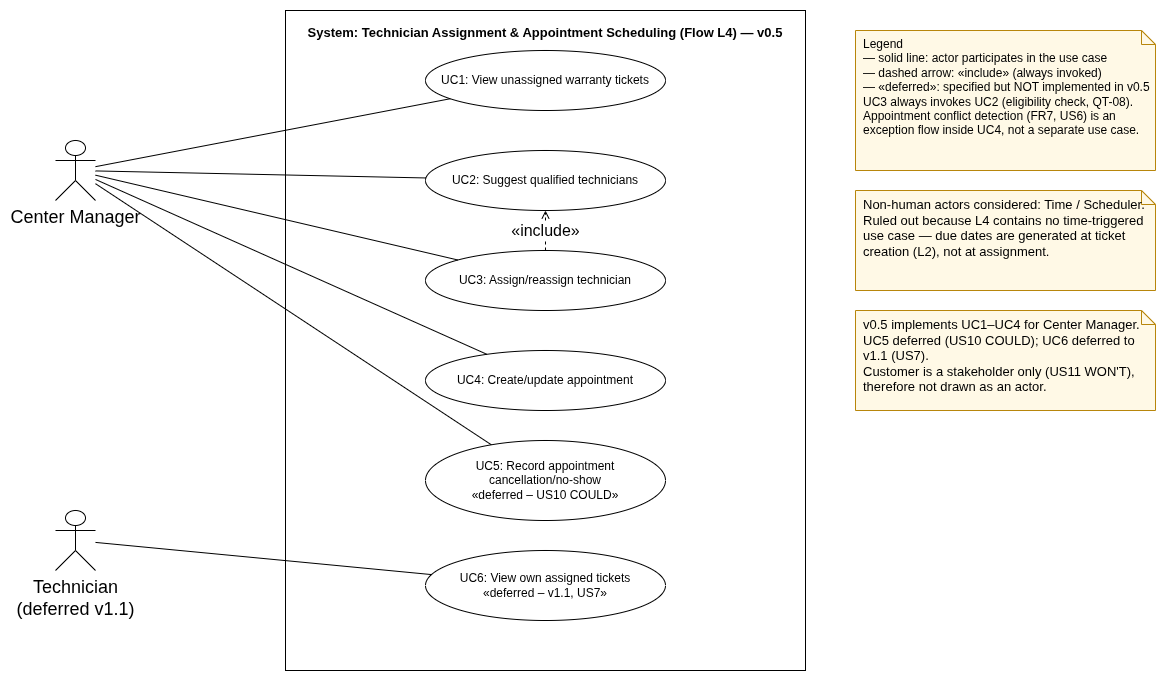
This is docs/exports/Usecase_Diagram_EN.png from RASPHONE/cdtn1-rasphonesamphanthamith-l4, a draw.io export, as it was before one commit. Source tidied: cells renumbered, new cells last; positions are measured from the earlier drawing's top-left corner, leaving out a move shared by most shapes. The source it was exported from:
```xml
<mxGraphModel>
  <root>
    <mxCell id="0" />
    <mxCell id="1" parent="0" />
    <mxCell id="2" value="System: Technician Assignment &amp; Appointment Scheduling (Flow L4) — v0.5" style="rounded=0;whiteSpace=wrap;html=1;fillColor=none;strokeColor=#000000;verticalAlign=top;fontStyle=1;fontSize=13;spacingTop=8;" parent="1" vertex="1">
      <mxGeometry x="230" width="520" height="660" as="geometry" />
    </mxCell>
    <mxCell id="3" value="Center Manager" style="shape=umlActor;verticalLabelPosition=bottom;verticalAlign=top;html=1;outlineConnect=0;fontSize=18;" parent="1" vertex="1">
      <mxGeometry y="130" width="40" height="60" as="geometry" />
    </mxCell>
    <mxCell id="4" value="Technician&#10;(deferred v1.1)" style="shape=umlActor;verticalLabelPosition=bottom;verticalAlign=top;html=1;outlineConnect=0;fontSize=18;" parent="1" vertex="1">
      <mxGeometry y="500" width="40" height="60" as="geometry" />
    </mxCell>
    <mxCell id="5" value="UC1: View unassigned warranty tickets" style="ellipse;whiteSpace=wrap;html=1;fontSize=12;" parent="1" vertex="1">
      <mxGeometry x="370" y="40" width="240" height="60" as="geometry" />
    </mxCell>
    <mxCell id="6" value="UC2: Suggest qualified technicians" style="ellipse;whiteSpace=wrap;html=1;fontSize=12;" parent="1" vertex="1">
      <mxGeometry x="370" y="140" width="240" height="60" as="geometry" />
    </mxCell>
    <mxCell id="7" value="UC3: Assign/reassign technician" style="ellipse;whiteSpace=wrap;html=1;fontSize=12;" parent="1" vertex="1">
      <mxGeometry x="370" y="240" width="240" height="60" as="geometry" />
    </mxCell>
    <mxCell id="8" value="UC4: Create/update appointment" style="ellipse;whiteSpace=wrap;html=1;fontSize=12;" parent="1" vertex="1">
      <mxGeometry x="370" y="340" width="240" height="60" as="geometry" />
    </mxCell>
    <mxCell id="9" value="UC5: Record appointment&#10;cancellation/no-show&#10;«deferred – US10 COULD»" style="ellipse;whiteSpace=wrap;html=1;fontSize=12;" parent="1" vertex="1">
      <mxGeometry x="370" y="430" width="240" height="80" as="geometry" />
    </mxCell>
    <mxCell id="10" value="UC6: View own assigned tickets&#10;«deferred – v1.1, US7»" style="ellipse;whiteSpace=wrap;html=1;fontSize=12;" parent="1" vertex="1">
      <mxGeometry x="370" y="540" width="240" height="70" as="geometry" />
    </mxCell>
    <mxCell id="11" style="endArrow=none;html=1;" parent="1" edge="1" source="3" target="5">
      <mxGeometry relative="1" as="geometry" />
    </mxCell>
    <mxCell id="12" style="endArrow=none;html=1;" parent="1" edge="1" source="3" target="6">
      <mxGeometry relative="1" as="geometry" />
    </mxCell>
    <mxCell id="13" style="endArrow=none;html=1;" parent="1" edge="1" source="3" target="7">
      <mxGeometry relative="1" as="geometry" />
    </mxCell>
    <mxCell id="14" style="endArrow=none;html=1;" parent="1" edge="1" source="3" target="8">
      <mxGeometry relative="1" as="geometry" />
    </mxCell>
    <mxCell id="15" style="endArrow=none;html=1;" parent="1" edge="1" source="3" target="9">
      <mxGeometry relative="1" as="geometry" />
    </mxCell>
    <mxCell id="16" style="endArrow=none;html=1;" parent="1" edge="1" source="4" target="10">
      <mxGeometry relative="1" as="geometry" />
    </mxCell>
    <mxCell id="17" value="«include»" style="html=1;dashed=1;endArrow=open;endFill=0;fontSize=16;" parent="1" edge="1" source="7" target="6">
      <mxGeometry relative="1" as="geometry" />
    </mxCell>
    <mxCell id="18" value="Legend&#10;— solid line: actor participates in the use case&#10;— dashed arrow: «include» (always invoked)&#10;— «deferred»: specified but NOT implemented in v0.5&#10;UC3 always invokes UC2 (eligibility check, QT-08).&#10;Appointment conflict detection (FR7, US6) is an&#10;exception flow inside UC4, not a separate use case." style="shape=note;whiteSpace=wrap;html=1;size=14;align=left;verticalAlign=top;spacingLeft=6;fontSize=12;fillColor=#FFF9E6;strokeColor=#B8860B;" parent="1" vertex="1">
      <mxGeometry x="800" y="20" width="300" height="140" as="geometry" />
    </mxCell>
    <mxCell id="19" value="Non-human actors considered: Time / Scheduler.&#10;Ruled out because L4 contains no time-triggered&#10;use case — due dates are generated at ticket&#10;creation (L2), not at assignment." style="shape=note;whiteSpace=wrap;html=1;size=14;align=left;verticalAlign=top;spacingLeft=6;fontSize=13;fillColor=#FFF9E6;strokeColor=#B8860B;" parent="1" vertex="1">
      <mxGeometry x="800" y="180" width="300" height="100" as="geometry" />
    </mxCell>
    <mxCell id="20" value="v0.5 implements UC1–UC4 for Center Manager.&#10;UC5 deferred (US10 COULD); UC6 deferred to v1.1 (US7).&#10;Customer is a stakeholder only (US11 WON'T),&#10;therefore not drawn as an actor." style="shape=note;whiteSpace=wrap;html=1;size=14;align=left;verticalAlign=top;spacingLeft=6;fontSize=13;fillColor=#FFF9E6;strokeColor=#B8860B;" parent="1" vertex="1">
      <mxGeometry x="800" y="300" width="300" height="100" as="geometry" />
    </mxCell>
  </root>
</mxGraphModel>
```
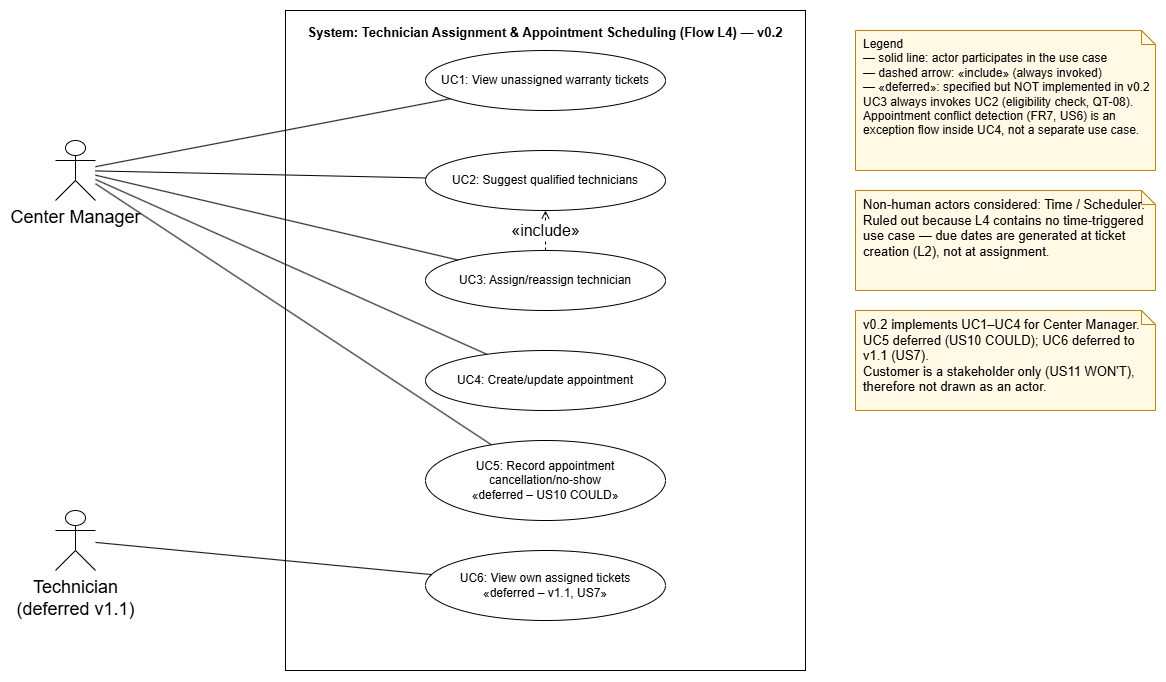
The same diagram one commit later.

Commit message:
docs(diagrams): re-export BT1 diagram PNGs from the current .drawio sources

The edit, as a diff of the source:
```diff
@@ -2,7 +2,7 @@
   <root>
     <mxCell id="0" />
     <mxCell id="1" parent="0" />
-    <mxCell id="2" value="System: Technician Assignment &amp; Appointment Scheduling (Flow L4) — v0.5" style="rounded=0;whiteSpace=wrap;html=1;fillColor=none;strokeColor=#000000;verticalAlign=top;fontStyle=1;fontSize=13;spacingTop=8;" parent="1" vertex="1">
+    <mxCell id="2" value="System: Technician Assignment &amp; Appointment Scheduling (Flow L4) — v0.2" style="rounded=0;whiteSpace=wrap;html=1;fillColor=none;strokeColor=#000000;verticalAlign=top;fontStyle=1;fontSize=13;spacingTop=8;" parent="1" vertex="1">
       <mxGeometry x="230" width="520" height="660" as="geometry" />
     </mxCell>
     <mxCell id="3" value="Center Manager" style="shape=umlActor;verticalLabelPosition=bottom;verticalAlign=top;html=1;outlineConnect=0;fontSize=18;" parent="1" vertex="1">
@@ -50,13 +50,13 @@
     <mxCell id="17" value="«include»" style="html=1;dashed=1;endArrow=open;endFill=0;fontSize=16;" parent="1" edge="1" source="7" target="6">
       <mxGeometry relative="1" as="geometry" />
     </mxCell>
-    <mxCell id="18" value="Legend&#10;— solid line: actor participates in the use case&#10;— dashed arrow: «include» (always invoked)&#10;— «deferred»: specified but NOT implemented in v0.5&#10;UC3 always invokes UC2 (eligibility check, QT-08).&#10;Appointment conflict detection (FR7, US6) is an&#10;exception flow inside UC4, not a separate use case." style="shape=note;whiteSpace=wrap;html=1;size=14;align=left;verticalAlign=top;spacingLeft=6;fontSize=12;fillColor=#FFF9E6;strokeColor=#B8860B;" parent="1" vertex="1">
+    <mxCell id="18" value="Legend&#10;— solid line: actor participates in the use case&#10;— dashed arrow: «include» (always invoked)&#10;— «deferred»: specified but NOT implemented in v0.2&#10;UC3 always invokes UC2 (eligibility check, QT-08).&#10;Appointment conflict detection (FR7, US6) is an&#10;exception flow inside UC4, not a separate use case." style="shape=note;whiteSpace=wrap;html=1;size=14;align=left;verticalAlign=top;spacingLeft=6;fontSize=12;fillColor=#FFF9E6;strokeColor=#B8860B;" parent="1" vertex="1">
       <mxGeometry x="800" y="20" width="300" height="140" as="geometry" />
     </mxCell>
     <mxCell id="19" value="Non-human actors considered: Time / Scheduler.&#10;Ruled out because L4 contains no time-triggered&#10;use case — due dates are generated at ticket&#10;creation (L2), not at assignment." style="shape=note;whiteSpace=wrap;html=1;size=14;align=left;verticalAlign=top;spacingLeft=6;fontSize=13;fillColor=#FFF9E6;strokeColor=#B8860B;" parent="1" vertex="1">
       <mxGeometry x="800" y="180" width="300" height="100" as="geometry" />
     </mxCell>
-    <mxCell id="20" value="v0.5 implements UC1–UC4 for Center Manager.&#10;UC5 deferred (US10 COULD); UC6 deferred to v1.1 (US7).&#10;Customer is a stakeholder only (US11 WON'T),&#10;therefore not drawn as an actor." style="shape=note;whiteSpace=wrap;html=1;size=14;align=left;verticalAlign=top;spacingLeft=6;fontSize=13;fillColor=#FFF9E6;strokeColor=#B8860B;" parent="1" vertex="1">
+    <mxCell id="20" value="v0.2 implements UC1–UC4 for Center Manager.&#10;UC5 deferred (US10 COULD); UC6 deferred to v1.1 (US7).&#10;Customer is a stakeholder only (US11 WON'T),&#10;therefore not drawn as an actor." style="shape=note;whiteSpace=wrap;html=1;size=14;align=left;verticalAlign=top;spacingLeft=6;fontSize=13;fillColor=#FFF9E6;strokeColor=#B8860B;" parent="1" vertex="1">
       <mxGeometry x="800" y="300" width="300" height="100" as="geometry" />
     </mxCell>
   </root>
```
